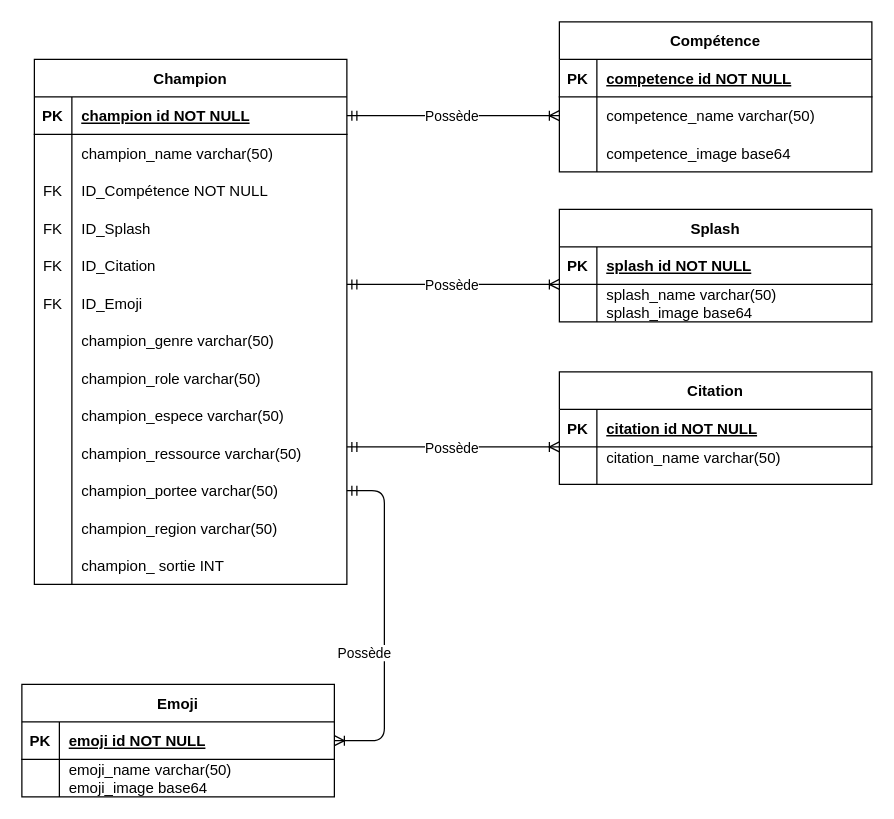
Earlier version of the draw.io diagram Diagramme sans nom.drawio (CamilleSimon/BTS2-CIEL-IR-MCD-2024-2025). Source tidied: cells renumbered, new cells numbered last; positions are measured from the earlier drawing's top-left corner, leaving out a move shared by most shapes. Both pictures are drawn from the tidied source at 125%, with x=0, y=0 at pixel (21, 21).
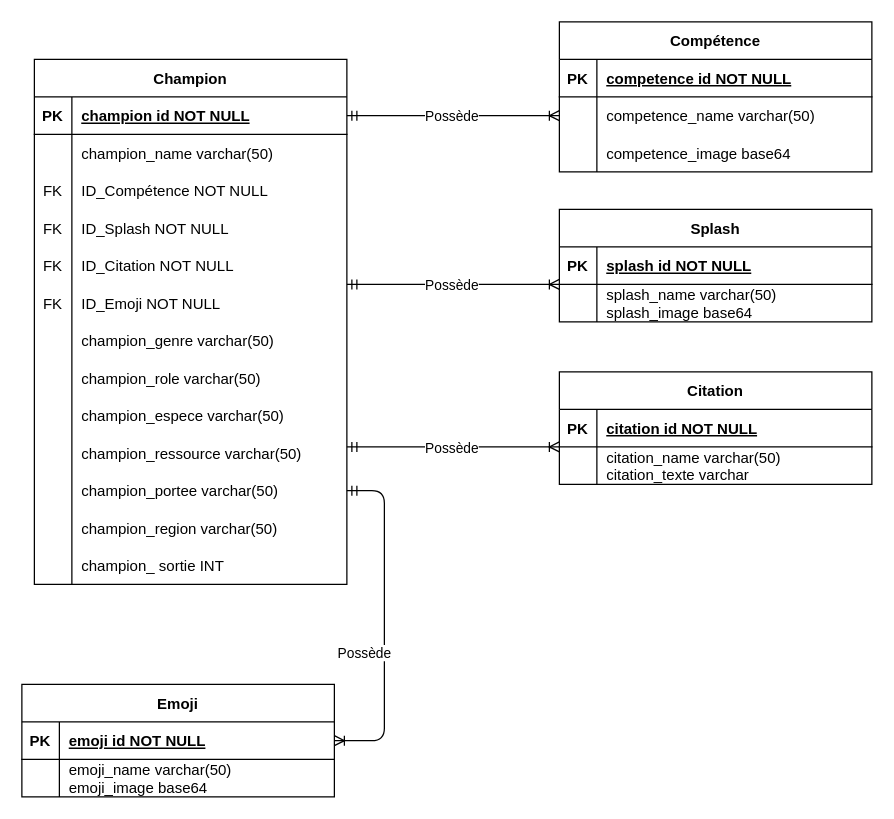
Above is the later version.

Commit message:
Mettre à jour Diagramme sans nom.drawio

The change refers to these unchanged cells:
```xml
<mxCell id="24" style="shape=partialRectangle;fillColor=none;top=0;left=0;right=0;bottom=0;" parent="14" vertex="1">
  <mxGeometry y="120" width="250" height="30" as="geometry" />
</mxCell>
<mxCell id="27" style="shape=partialRectangle;fillColor=none;top=0;left=0;right=0;bottom=0;" parent="14" vertex="1">
  <mxGeometry y="150" width="250" height="30" as="geometry" />
</mxCell>
<mxCell id="30" style="shape=partialRectangle;fillColor=none;top=0;left=0;right=0;bottom=0;" parent="14" vertex="1">
  <mxGeometry y="180" width="250" height="30" as="geometry" />
</mxCell>
<mxCell id="58" style="shape=partialRectangle;fillColor=none;top=0;left=0;right=0;bottom=0;" parent="54" vertex="1">
  <mxGeometry y="60" width="250" height="30" as="geometry" />
</mxCell>
```

What changed in the source:
```diff
@@
-    <mxCell id="26" value="ID_Splash" style="shape=partialRectangle;overflow=hidden;fillColor=none;top=0;left=0;bottom=0;right=0;align=left;spacingLeft=6;" parent="24" vertex="1">
+    <mxCell id="26" value="ID_Splash NOT NULL" style="shape=partialRectangle;overflow=hidden;fillColor=none;top=0;left=0;bottom=0;right=0;align=left;spacingLeft=6;" parent="24" vertex="1">
       <mxGeometry x="30" width="220" height="30" as="geometry" />
     </mxCell>
@@
-    <mxCell id="29" value="ID_Citation" style="shape=partialRectangle;overflow=hidden;fillColor=none;top=0;left=0;bottom=0;right=0;align=left;spacingLeft=6;" parent="27" vertex="1">
+    <mxCell id="29" value="ID_Citation NOT NULL" style="shape=partialRectangle;overflow=hidden;fillColor=none;top=0;left=0;bottom=0;right=0;align=left;spacingLeft=6;" parent="27" vertex="1">
       <mxGeometry x="30" width="220" height="30" as="geometry" />
     </mxCell>
@@
-    <mxCell id="32" value="ID_Emoji" style="shape=partialRectangle;overflow=hidden;fillColor=none;top=0;left=0;bottom=0;right=0;align=left;spacingLeft=6;" parent="30" vertex="1">
+    <mxCell id="32" value="ID_Emoji NOT NULL" style="shape=partialRectangle;overflow=hidden;fillColor=none;top=0;left=0;bottom=0;right=0;align=left;spacingLeft=6;" parent="30" vertex="1">
       <mxGeometry x="30" width="220" height="30" as="geometry" />
     </mxCell>
@@
-    <mxCell id="60" value="citation_name varchar(50)&#10;" style="shape=partialRectangle;overflow=hidden;fillColor=none;top=0;left=0;bottom=0;right=0;align=left;spacingLeft=6;" parent="58" vertex="1">
+    <mxCell id="60" value="citation_name varchar(50)&#10;citation_texte varchar" style="shape=partialRectangle;overflow=hidden;fillColor=none;top=0;left=0;bottom=0;right=0;align=left;spacingLeft=6;" parent="58" vertex="1">
       <mxGeometry x="30" width="220" height="30" as="geometry" />
     </mxCell>
```
